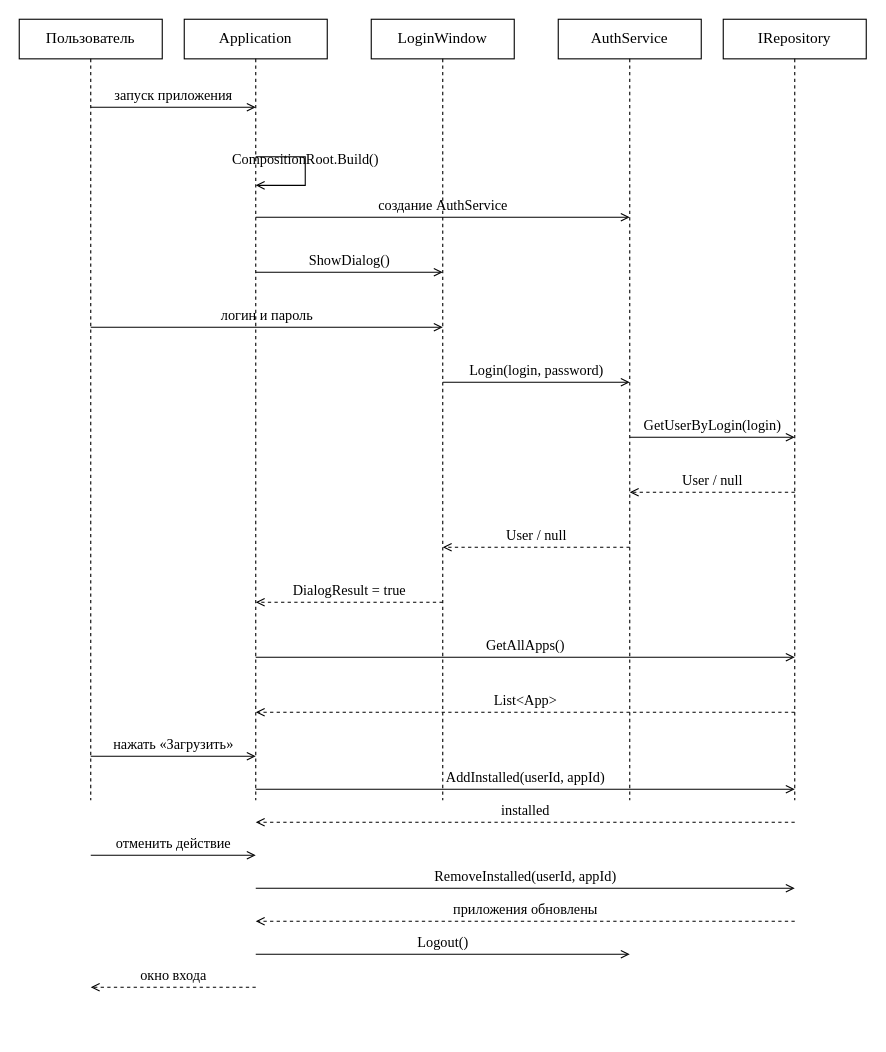
Earlier version of the draw.io diagram docs/UML/sequence_diagram.drawio (martim-x/AppStore). Source tidied: cells renumbered, new cells numbered last; positions are measured from the earlier drawing's top-left corner, leaving out a move shared by most shapes. Both pictures are drawn from the tidied source at 110%, with x=0, y=0 at pixel (19, 19).
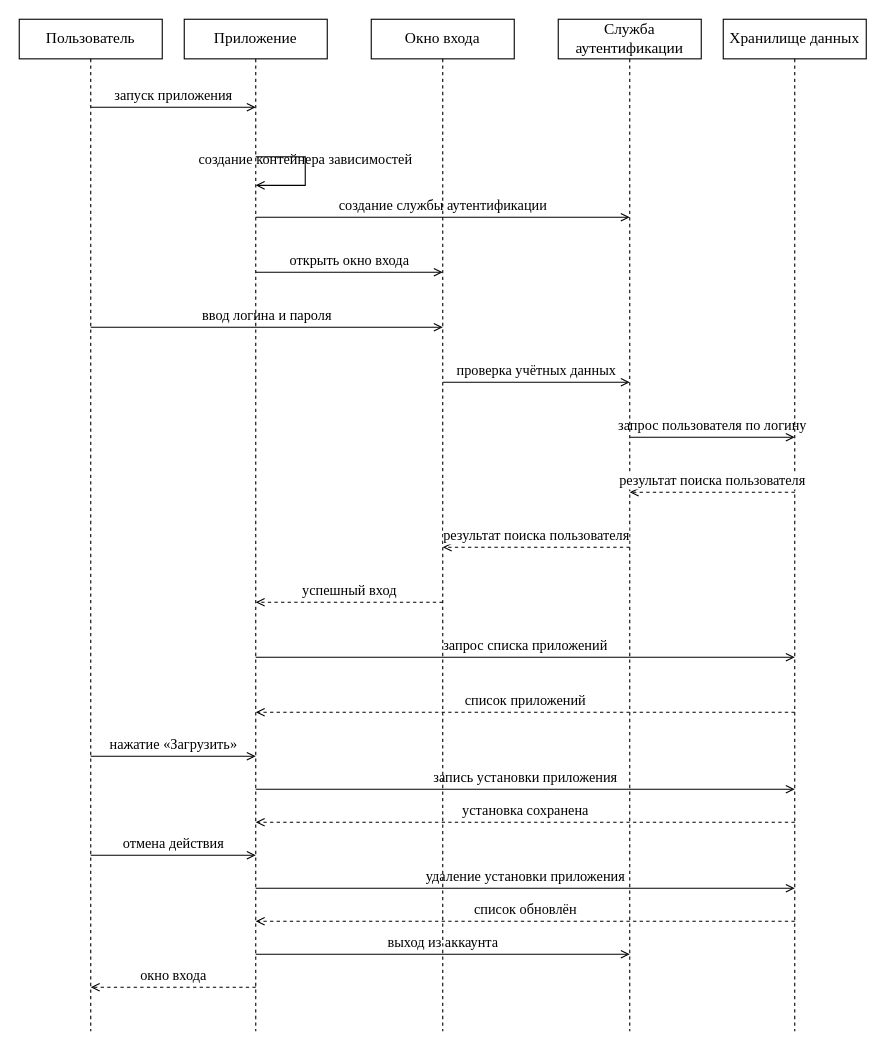
The same page after the edit.

What changed in the source:
```diff
@@
     <mxCell id="3" style="endArrow=none;html=1;strokeColor=#000000;dashed=1;rounded=0;fontFamily=Times New Roman;fontSize=13;" parent="1" edge="1">
       <mxGeometry relative="1" as="geometry">
         <mxPoint x="65" y="36" as="sourcePoint" />
-        <mxPoint x="65" y="710" as="targetPoint" />
+        <mxPoint x="65" y="920" as="targetPoint" />
       </mxGeometry>
     </mxCell>
-    <mxCell id="4" value="Application" style="shape=umlLifeline;html=1;whiteSpace=wrap;fillColor=none;strokeColor=#000000;fontSize=14;fontFamily=Times New Roman;" parent="1" vertex="1">
+    <mxCell id="4" value="Приложение" style="shape=umlLifeline;html=1;whiteSpace=wrap;fillColor=none;strokeColor=#000000;fontSize=14;fontFamily=Times New Roman;" parent="1" vertex="1">
       <mxGeometry x="150" width="130" height="36" as="geometry" />
     </mxCell>
     <mxCell id="5" style="endArrow=none;html=1;strokeColor=#000000;dashed=1;rounded=0;fontFamily=Times New Roman;fontSize=13;" parent="1" edge="1">
       <mxGeometry relative="1" as="geometry">
         <mxPoint x="215" y="36" as="sourcePoint" />
-        <mxPoint x="215" y="710" as="targetPoint" />
+        <mxPoint x="215" y="920" as="targetPoint" />
       </mxGeometry>
     </mxCell>
-    <mxCell id="6" value="LoginWindow" style="shape=umlLifeline;html=1;whiteSpace=wrap;fillColor=none;strokeColor=#000000;fontSize=14;fontFamily=Times New Roman;" parent="1" vertex="1">
+    <mxCell id="6" value="Окно входа" style="shape=umlLifeline;html=1;whiteSpace=wrap;fillColor=none;strokeColor=#000000;fontSize=14;fontFamily=Times New Roman;" parent="1" vertex="1">
       <mxGeometry x="320" width="130" height="36" as="geometry" />
     </mxCell>
     <mxCell id="7" style="endArrow=none;html=1;strokeColor=#000000;dashed=1;rounded=0;fontFamily=Times New Roman;fontSize=13;" parent="1" edge="1">
       <mxGeometry relative="1" as="geometry">
         <mxPoint x="385" y="36" as="sourcePoint" />
-        <mxPoint x="385" y="710" as="targetPoint" />
+        <mxPoint x="385" y="920" as="targetPoint" />
       </mxGeometry>
     </mxCell>
-    <mxCell id="8" value="AuthService" style="shape=umlLifeline;html=1;whiteSpace=wrap;fillColor=none;strokeColor=#000000;fontSize=14;fontFamily=Times New Roman;" parent="1" vertex="1">
+    <mxCell id="8" value="Служба аутентификации" style="shape=umlLifeline;html=1;whiteSpace=wrap;fillColor=none;strokeColor=#000000;fontSize=14;fontFamily=Times New Roman;" parent="1" vertex="1">
       <mxGeometry x="490" width="130" height="36" as="geometry" />
     </mxCell>
     <mxCell id="9" style="endArrow=none;html=1;strokeColor=#000000;dashed=1;rounded=0;fontFamily=Times New Roman;fontSize=13;" parent="1" edge="1">
       <mxGeometry relative="1" as="geometry">
         <mxPoint x="555" y="36" as="sourcePoint" />
-        <mxPoint x="555" y="710" as="targetPoint" />
+        <mxPoint x="555" y="920" as="targetPoint" />
       </mxGeometry>
     </mxCell>
-    <mxCell id="10" value="IRepository" style="shape=umlLifeline;html=1;whiteSpace=wrap;fillColor=none;strokeColor=#000000;fontSize=14;fontFamily=Times New Roman;" parent="1" vertex="1">
+    <mxCell id="10" value="Хранилище данных" style="shape=umlLifeline;html=1;whiteSpace=wrap;fillColor=none;strokeColor=#000000;fontSize=14;fontFamily=Times New Roman;" parent="1" vertex="1">
       <mxGeometry x="640" width="130" height="36" as="geometry" />
     </mxCell>
     <mxCell id="11" style="endArrow=none;html=1;strokeColor=#000000;dashed=1;rounded=0;fontFamily=Times New Roman;fontSize=13;" parent="1" edge="1">
       <mxGeometry relative="1" as="geometry">
         <mxPoint x="705" y="36" as="sourcePoint" />
-        <mxPoint x="705" y="710" as="targetPoint" />
+        <mxPoint x="705" y="920" as="targetPoint" />
       </mxGeometry>
     </mxCell>
@@
-    <mxCell id="13" value="CompositionRoot.Build()" style="endArrow=open;html=1;verticalAlign=bottom;strokeWidth=1;labelBackgroundColor=none;fontSize=13;rounded=0;edgeStyle=orthogonalEdgeStyle;fontFamily=Times New Roman;" parent="1" edge="1">
+    <mxCell id="13" value="создание контейнера зависимостей" style="endArrow=open;html=1;verticalAlign=bottom;strokeWidth=1;labelBackgroundColor=none;fontSize=13;rounded=0;edgeStyle=orthogonalEdgeStyle;fontFamily=Times New Roman;" parent="1" edge="1">
       <mxGeometry relative="1" as="geometry">
         <mxPoint x="215" y="125" as="sourcePoint" />
         <mxPoint x="215" y="151" as="targetPoint" />
         <Array as="points">
           <mxPoint x="260" y="125" />
           <mxPoint x="260" y="151" />
         </Array>
       </mxGeometry>
     </mxCell>
-    <mxCell id="14" value="создание AuthService" style="endArrow=open;html=1;verticalAlign=bottom;strokeWidth=1;labelBackgroundColor=none;fontSize=13;rounded=0;edgeStyle=orthogonalEdgeStyle;fontFamily=Times New Roman;" parent="1" edge="1">
+    <mxCell id="14" value="создание службы аутентификации" style="endArrow=open;html=1;verticalAlign=bottom;strokeWidth=1;labelBackgroundColor=none;fontSize=13;rounded=0;edgeStyle=orthogonalEdgeStyle;fontFamily=Times New Roman;" parent="1" edge="1">
       <mxGeometry relative="1" as="geometry">
         <mxPoint x="215" y="180" as="sourcePoint" />
         <mxPoint x="555" y="180" as="targetPoint" />
       </mxGeometry>
     </mxCell>
-    <mxCell id="15" value="ShowDialog()" style="endArrow=open;html=1;verticalAlign=bottom;strokeWidth=1;labelBackgroundColor=none;fontSize=13;rounded=0;edgeStyle=orthogonalEdgeStyle;fontFamily=Times New Roman;" parent="1" edge="1">
+    <mxCell id="15" value="открыть окно входа" style="endArrow=open;html=1;verticalAlign=bottom;strokeWidth=1;labelBackgroundColor=none;fontSize=13;rounded=0;edgeStyle=orthogonalEdgeStyle;fontFamily=Times New Roman;" parent="1" edge="1">
       <mxGeometry relative="1" as="geometry">
         <mxPoint x="215" y="230" as="sourcePoint" />
         <mxPoint x="385" y="230" as="targetPoint" />
       </mxGeometry>
     </mxCell>
-    <mxCell id="16" value="логин и пароль" style="endArrow=open;html=1;verticalAlign=bottom;strokeWidth=1;labelBackgroundColor=none;fontSize=13;rounded=0;edgeStyle=orthogonalEdgeStyle;fontFamily=Times New Roman;" parent="1" edge="1">
+    <mxCell id="16" value="ввод логина и пароля" style="endArrow=open;html=1;verticalAlign=bottom;strokeWidth=1;labelBackgroundColor=none;fontSize=13;rounded=0;edgeStyle=orthogonalEdgeStyle;fontFamily=Times New Roman;" parent="1" edge="1">
       <mxGeometry relative="1" as="geometry">
         <mxPoint x="65" y="280" as="sourcePoint" />
         <mxPoint x="385" y="280" as="targetPoint" />
       </mxGeometry>
     </mxCell>
-    <mxCell id="17" value="Login(login, password)" style="endArrow=open;html=1;verticalAlign=bottom;strokeWidth=1;labelBackgroundColor=none;fontSize=13;rounded=0;edgeStyle=orthogonalEdgeStyle;fontFamily=Times New Roman;" parent="1" edge="1">
+    <mxCell id="17" value="проверка учётных данных" style="endArrow=open;html=1;verticalAlign=bottom;strokeWidth=1;labelBackgroundColor=none;fontSize=13;rounded=0;edgeStyle=orthogonalEdgeStyle;fontFamily=Times New Roman;" parent="1" edge="1">
       <mxGeometry relative="1" as="geometry">
         <mxPoint x="385" y="330" as="sourcePoint" />
         <mxPoint x="555" y="330" as="targetPoint" />
       </mxGeometry>
     </mxCell>
-    <mxCell id="18" value="GetUserByLogin(login)" style="endArrow=open;html=1;verticalAlign=bottom;strokeWidth=1;labelBackgroundColor=none;fontSize=13;rounded=0;edgeStyle=orthogonalEdgeStyle;fontFamily=Times New Roman;" parent="1" edge="1">
+    <mxCell id="18" value="запрос пользователя по логину" style="endArrow=open;html=1;verticalAlign=bottom;strokeWidth=1;labelBackgroundColor=none;fontSize=13;rounded=0;edgeStyle=orthogonalEdgeStyle;fontFamily=Times New Roman;" parent="1" edge="1">
       <mxGeometry relative="1" as="geometry">
         <mxPoint x="555" y="380" as="sourcePoint" />
         <mxPoint x="705" y="380" as="targetPoint" />
       </mxGeometry>
     </mxCell>
-    <mxCell id="19" value="User / null" style="endArrow=open;html=1;verticalAlign=bottom;dashed=1;strokeColor=#000000;rounded=0;edgeStyle=orthogonalEdgeStyle;fontFamily=Times New Roman;fontSize=13;" parent="1" edge="1">
+    <mxCell id="19" value="результат поиска пользователя" style="endArrow=open;html=1;verticalAlign=bottom;dashed=1;strokeColor=#000000;rounded=0;edgeStyle=orthogonalEdgeStyle;fontFamily=Times New Roman;fontSize=13;" parent="1" edge="1">
       <mxGeometry relative="1" as="geometry">
         <mxPoint x="705" y="430" as="sourcePoint" />
         <mxPoint x="555" y="430" as="targetPoint" />
       </mxGeometry>
     </mxCell>
-    <mxCell id="20" value="User / null" style="endArrow=open;html=1;verticalAlign=bottom;dashed=1;strokeColor=#000000;rounded=0;edgeStyle=orthogonalEdgeStyle;fontFamily=Times New Roman;fontSize=13;" parent="1" edge="1">
+    <mxCell id="20" value="результат поиска пользователя" style="endArrow=open;html=1;verticalAlign=bottom;dashed=1;strokeColor=#000000;rounded=0;edgeStyle=orthogonalEdgeStyle;fontFamily=Times New Roman;fontSize=13;" parent="1" edge="1">
       <mxGeometry relative="1" as="geometry">
         <mxPoint x="555" y="480" as="sourcePoint" />
         <mxPoint x="385" y="480" as="targetPoint" />
       </mxGeometry>
     </mxCell>
-    <mxCell id="21" value="DialogResult = true" style="endArrow=open;html=1;verticalAlign=bottom;dashed=1;strokeColor=#000000;rounded=0;edgeStyle=orthogonalEdgeStyle;fontFamily=Times New Roman;fontSize=13;" parent="1" edge="1">
+    <mxCell id="21" value="успешный вход" style="endArrow=open;html=1;verticalAlign=bottom;dashed=1;strokeColor=#000000;rounded=0;edgeStyle=orthogonalEdgeStyle;fontFamily=Times New Roman;fontSize=13;" parent="1" edge="1">
       <mxGeometry relative="1" as="geometry">
         <mxPoint x="385" y="530" as="sourcePoint" />
         <mxPoint x="215" y="530" as="targetPoint" />
       </mxGeometry>
     </mxCell>
-    <mxCell id="22" value="GetAllApps()" style="endArrow=open;html=1;verticalAlign=bottom;strokeWidth=1;labelBackgroundColor=none;fontSize=13;rounded=0;edgeStyle=orthogonalEdgeStyle;fontFamily=Times New Roman;" parent="1" edge="1">
+    <mxCell id="22" value="запрос списка приложений" style="endArrow=open;html=1;verticalAlign=bottom;strokeWidth=1;labelBackgroundColor=none;fontSize=13;rounded=0;edgeStyle=orthogonalEdgeStyle;fontFamily=Times New Roman;" parent="1" edge="1">
       <mxGeometry relative="1" as="geometry">
         <mxPoint x="215" y="580" as="sourcePoint" />
         <mxPoint x="705" y="580" as="targetPoint" />
       </mxGeometry>
     </mxCell>
-    <mxCell id="23" value="List&amp;lt;App&amp;gt;" style="endArrow=open;html=1;verticalAlign=bottom;dashed=1;strokeColor=#000000;rounded=0;edgeStyle=orthogonalEdgeStyle;fontFamily=Times New Roman;fontSize=13;" parent="1" edge="1">
+    <mxCell id="23" value="список приложений" style="endArrow=open;html=1;verticalAlign=bottom;dashed=1;strokeColor=#000000;rounded=0;edgeStyle=orthogonalEdgeStyle;fontFamily=Times New Roman;fontSize=13;" parent="1" edge="1">
       <mxGeometry relative="1" as="geometry">
         <mxPoint x="705" y="630" as="sourcePoint" />
         <mxPoint x="215" y="630" as="targetPoint" />
       </mxGeometry>
     </mxCell>
-    <mxCell id="24" value="нажать «Загрузить»" style="endArrow=open;html=1;verticalAlign=bottom;strokeWidth=1;labelBackgroundColor=none;fontSize=13;rounded=0;edgeStyle=orthogonalEdgeStyle;fontFamily=Times New Roman;" parent="1" edge="1">
+    <mxCell id="24" value="нажатие «Загрузить»" style="endArrow=open;html=1;verticalAlign=bottom;strokeWidth=1;labelBackgroundColor=none;fontSize=13;rounded=0;edgeStyle=orthogonalEdgeStyle;fontFamily=Times New Roman;" parent="1" edge="1">
       <mxGeometry relative="1" as="geometry">
         <mxPoint x="65" y="670" as="sourcePoint" />
         <mxPoint x="215" y="670" as="targetPoint" />
       </mxGeometry>
     </mxCell>
-    <mxCell id="25" value="AddInstalled(userId, appId)" style="endArrow=open;html=1;verticalAlign=bottom;strokeWidth=1;labelBackgroundColor=none;fontSize=13;rounded=0;edgeStyle=orthogonalEdgeStyle;fontFamily=Times New Roman;" parent="1" edge="1">
+    <mxCell id="25" value="запись установки приложения" style="endArrow=open;html=1;verticalAlign=bottom;strokeWidth=1;labelBackgroundColor=none;fontSize=13;rounded=0;edgeStyle=orthogonalEdgeStyle;fontFamily=Times New Roman;" parent="1" edge="1">
       <mxGeometry relative="1" as="geometry">
         <mxPoint x="215" y="700" as="sourcePoint" />
         <mxPoint x="705" y="700" as="targetPoint" />
       </mxGeometry>
     </mxCell>
-    <mxCell id="26" value="installed" style="endArrow=open;html=1;verticalAlign=bottom;strokeWidth=1;labelBackgroundColor=none;fontSize=13;rounded=0;edgeStyle=orthogonalEdgeStyle;fontFamily=Times New Roman;dashed=1;strokeColor=#000000;" parent="1" edge="1">
+    <mxCell id="26" value="установка сохранена" style="endArrow=open;html=1;verticalAlign=bottom;strokeWidth=1;labelBackgroundColor=none;fontSize=13;rounded=0;edgeStyle=orthogonalEdgeStyle;fontFamily=Times New Roman;dashed=1;strokeColor=#000000;" parent="1" edge="1">
       <mxGeometry relative="1" as="geometry">
         <mxPoint x="705" y="730" as="sourcePoint" />
         <mxPoint x="215" y="730" as="targetPoint" />
       </mxGeometry>
     </mxCell>
-    <mxCell id="27" value="отменить действие" style="endArrow=open;html=1;verticalAlign=bottom;strokeWidth=1;labelBackgroundColor=none;fontSize=13;rounded=0;edgeStyle=orthogonalEdgeStyle;fontFamily=Times New Roman;" parent="1" edge="1">
+    <mxCell id="27" value="отмена действия" style="endArrow=open;html=1;verticalAlign=bottom;strokeWidth=1;labelBackgroundColor=none;fontSize=13;rounded=0;edgeStyle=orthogonalEdgeStyle;fontFamily=Times New Roman;" parent="1" edge="1">
       <mxGeometry relative="1" as="geometry">
         <mxPoint x="65" y="760" as="sourcePoint" />
         <mxPoint x="215" y="760" as="targetPoint" />
       </mxGeometry>
     </mxCell>
-    <mxCell id="28" value="RemoveInstalled(userId, appId)" style="endArrow=open;html=1;verticalAlign=bottom;strokeWidth=1;labelBackgroundColor=none;fontSize=13;rounded=0;edgeStyle=orthogonalEdgeStyle;fontFamily=Times New Roman;" parent="1" edge="1">
+    <mxCell id="28" value="удаление установки приложения" style="endArrow=open;html=1;verticalAlign=bottom;strokeWidth=1;labelBackgroundColor=none;fontSize=13;rounded=0;edgeStyle=orthogonalEdgeStyle;fontFamily=Times New Roman;" parent="1" edge="1">
       <mxGeometry relative="1" as="geometry">
         <mxPoint x="215" y="790" as="sourcePoint" />
         <mxPoint x="705" y="790" as="targetPoint" />
       </mxGeometry>
     </mxCell>
-    <mxCell id="29" value="приложения обновлены" style="endArrow=open;html=1;verticalAlign=bottom;strokeWidth=1;labelBackgroundColor=none;fontSize=13;rounded=0;edgeStyle=orthogonalEdgeStyle;fontFamily=Times New Roman;dashed=1;strokeColor=#000000;" parent="1" edge="1">
+    <mxCell id="29" value="список обновлён" style="endArrow=open;html=1;verticalAlign=bottom;strokeWidth=1;labelBackgroundColor=none;fontSize=13;rounded=0;edgeStyle=orthogonalEdgeStyle;fontFamily=Times New Roman;dashed=1;strokeColor=#000000;" parent="1" edge="1">
       <mxGeometry relative="1" as="geometry">
         <mxPoint x="705" y="820" as="sourcePoint" />
         <mxPoint x="215" y="820" as="targetPoint" />
       </mxGeometry>
     </mxCell>
-    <mxCell id="30" value="Logout()" style="endArrow=open;html=1;verticalAlign=bottom;strokeWidth=1;labelBackgroundColor=none;fontSize=13;rounded=0;edgeStyle=orthogonalEdgeStyle;fontFamily=Times New Roman;" parent="1" edge="1">
+    <mxCell id="30" value="выход из аккаунта" style="endArrow=open;html=1;verticalAlign=bottom;strokeWidth=1;labelBackgroundColor=none;fontSize=13;rounded=0;edgeStyle=orthogonalEdgeStyle;fontFamily=Times New Roman;" parent="1" edge="1">
       <mxGeometry relative="1" as="geometry">
         <mxPoint x="215" y="850" as="sourcePoint" />
         <mxPoint x="555" y="850" as="targetPoint" />
       </mxGeometry>
     </mxCell>
```
